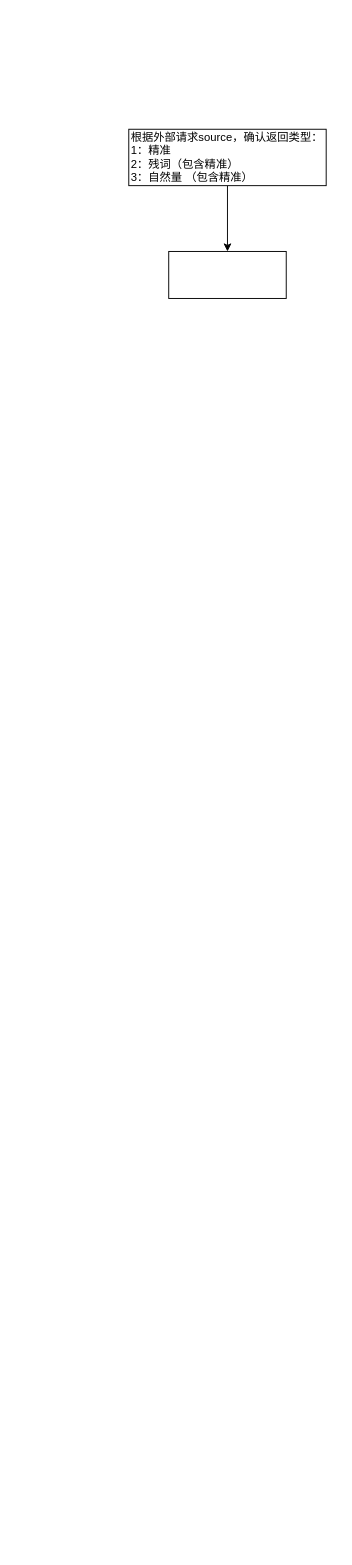
ETHAN0430/draw.io.repo keeps this draw.io diagram as 外部搜索通用接口.drawio. Above is the earlier version. Source tidied: cells renumbered, new cells numbered last; positions are measured from the earlier drawing's top-left corner, leaving out a move shared by most shapes. Both pictures are drawn from the tidied source at 94%, with x=0, y=0 at pixel (128, 129).
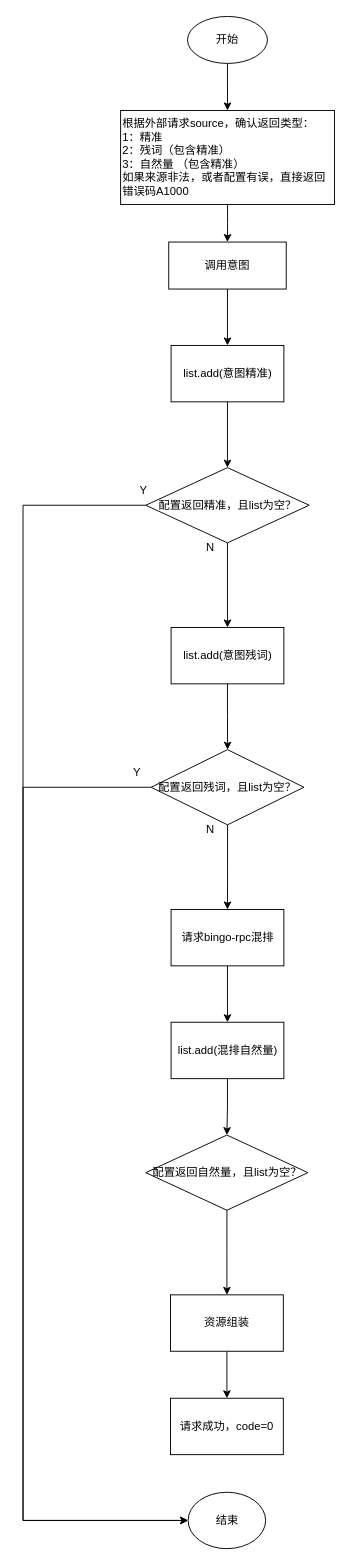
After the change.

Commit message (it also covers changes not shown here):
更新外部搜索通用接口.drawio

What changed in the source:
```diff
@@
-    <mxCell id="3" value="根据外部请求source，确认返回类型：&lt;div&gt;1：精准&lt;br&gt;2：残词（包含精准）&lt;br&gt;3：自然量 （包含精准）&lt;/div&gt;" style="whiteSpace=wrap;html=1;align=left;" parent="1" vertex="1">
-      <mxGeometry x="0.5" width="210" height="60" as="geometry" />
+    <mxCell id="3" value="根据外部请求source，确认返回类型：&lt;div&gt;1：精准&lt;br&gt;2：残词（包含精准）&lt;br&gt;3：自然量 （包含精准）&lt;br&gt;如果来源非法，或者配置有误，直接返回错误码A1000&lt;/div&gt;" style="whiteSpace=wrap;html=1;align=left;" parent="1" vertex="1">
+      <mxGeometry x="-8.2" y="-20" width="227.5" height="100" as="geometry" />
     </mxCell>
+    <mxCell id="5" style="edgeStyle=orthogonalEdgeStyle;rounded=0;jettySize=auto;html=1;" parent="1" edge="1" source="4" target="7">
+      <mxGeometry relative="1" as="geometry" />
+    </mxCell>
-    <mxCell id="4" style="whiteSpace=wrap;html=1;" parent="1" vertex="1">
-      <mxGeometry x="43" y="130" width="125" height="50" as="geometry" />
+    <mxCell id="4" value="调用意图" style="whiteSpace=wrap;html=1;" parent="1" vertex="1">
+      <mxGeometry x="43" y="120" width="125" height="50" as="geometry" />
     </mxCell>
+    <mxCell id="6" style="edgeStyle=orthogonalEdgeStyle;rounded=0;jettySize=auto;html=1;" parent="1" edge="1" source="7" target="10">
+      <mxGeometry relative="1" as="geometry" />
+    </mxCell>
+    <mxCell id="7" value="list.add(意图精准)" style="whiteSpace=wrap;html=1;" parent="1" vertex="1">
+      <mxGeometry x="45.5" y="230" width="120" height="60" as="geometry" />
+    </mxCell>
+    <mxCell id="8" style="edgeStyle=orthogonalEdgeStyle;rounded=0;jettySize=auto;html=1;" parent="1" edge="1" source="10" target="11">
+      <mxGeometry relative="1" as="geometry">
+        <Array as="points">
+          <mxPoint x="-112" y="400" />
+          <mxPoint x="-112" y="1480" />
+        </Array>
+      </mxGeometry>
+    </mxCell>
+    <mxCell id="9" style="edgeStyle=orthogonalEdgeStyle;rounded=0;jettySize=auto;html=1;" parent="1" edge="1" source="10" target="16">
+      <mxGeometry relative="1" as="geometry" />
+    </mxCell>
+    <mxCell id="10" value="配置返回精准，且list为空？" style="rhombus;whiteSpace=wrap;html=1;" parent="1" vertex="1">
+      <mxGeometry x="18.6" y="360" width="173.8" height="80" as="geometry" />
+    </mxCell>
+    <mxCell id="11" value="结束" style="ellipse;whiteSpace=wrap;html=1;" parent="1" vertex="1">
+      <mxGeometry x="63.6" y="1450" width="82.5" height="60" as="geometry" />
+    </mxCell>
+    <mxCell id="12" style="edgeStyle=orthogonalEdgeStyle;rounded=0;jettySize=auto;html=1;entryX=0.5;entryY=0;entryDx=0;entryDy=0;" parent="1" edge="1" source="13" target="3">
+      <mxGeometry relative="1" as="geometry" />
+    </mxCell>
+    <mxCell id="13" value="开始" style="ellipse;whiteSpace=wrap;html=1;" parent="1" vertex="1">
+      <mxGeometry x="63" y="-120" width="85" height="50" as="geometry" />
+    </mxCell>
+    <mxCell id="14" value="Y" style="text;html=1;align=center;verticalAlign=middle;strokeColor=none;fillColor=none;" parent="1" vertex="1">
+      <mxGeometry x="0.5" y="370" width="30" height="30" as="geometry" />
+    </mxCell>
+    <mxCell id="15" style="edgeStyle=orthogonalEdgeStyle;rounded=0;jettySize=auto;html=1;" parent="1" edge="1" source="16" target="19">
+      <mxGeometry relative="1" as="geometry" />
+    </mxCell>
+    <mxCell id="16" value="list.add(意图残词)" style="whiteSpace=wrap;html=1;" parent="1" vertex="1">
+      <mxGeometry x="45.5" y="530" width="120" height="60" as="geometry" />
+    </mxCell>
+    <mxCell id="17" style="edgeStyle=orthogonalEdgeStyle;rounded=0;jettySize=auto;html=1;" parent="1" edge="1" source="19" target="21">
+      <mxGeometry relative="1" as="geometry" />
+    </mxCell>
+    <mxCell id="18" style="edgeStyle=orthogonalEdgeStyle;rounded=0;jettySize=auto;html=1;entryX=0;entryY=0.5;entryDx=0;entryDy=0;" parent="1" edge="1" source="19" target="11">
+      <mxGeometry relative="1" as="geometry">
+        <Array as="points">
+          <mxPoint x="-112" y="700" />
+          <mxPoint x="-112" y="1480" />
+        </Array>
+      </mxGeometry>
+    </mxCell>
+    <mxCell id="19" value="配置返回残词，且list为空？" style="rhombus;whiteSpace=wrap;html=1;" parent="1" vertex="1">
+      <mxGeometry x="24.3" y="660" width="162.5" height="80" as="geometry" />
+    </mxCell>
+    <mxCell id="20" style="edgeStyle=orthogonalEdgeStyle;rounded=0;jettySize=auto;html=1;" parent="1" edge="1" source="21" target="26">
+      <mxGeometry relative="1" as="geometry" />
+    </mxCell>
+    <mxCell id="21" value="请求bingo-rpc混排" style="whiteSpace=wrap;html=1;" parent="1" vertex="1">
+      <mxGeometry x="45.5" y="830" width="120" height="60" as="geometry" />
+    </mxCell>
+    <mxCell id="22" value="Y" style="text;html=1;align=center;verticalAlign=middle;strokeColor=none;fillColor=none;" parent="1" vertex="1">
+      <mxGeometry x="-5.7" y="670" width="30" height="30" as="geometry" />
+    </mxCell>
+    <mxCell id="23" value="N" style="text;html=1;align=center;verticalAlign=middle;strokeColor=none;fillColor=none;" parent="1" vertex="1">
+      <mxGeometry x="71.8" y="730" width="30" height="30" as="geometry" />
+    </mxCell>
+    <mxCell id="24" value="N" style="text;html=1;align=center;verticalAlign=middle;strokeColor=none;fillColor=none;" parent="1" vertex="1">
+      <mxGeometry x="71.8" y="430" width="30" height="30" as="geometry" />
+    </mxCell>
+    <mxCell id="25" style="edgeStyle=orthogonalEdgeStyle;rounded=0;jettySize=auto;html=1;" parent="1" edge="1" source="26" target="28">
+      <mxGeometry relative="1" as="geometry" />
+    </mxCell>
+    <mxCell id="26" value="list.add(混排自然量)" style="whiteSpace=wrap;html=1;" parent="1" vertex="1">
+      <mxGeometry x="45.5" y="950" width="120" height="60" as="geometry" />
+    </mxCell>
+    <mxCell id="27" style="edgeStyle=orthogonalEdgeStyle;rounded=0;jettySize=auto;html=1;" parent="1" edge="1" source="28" target="30">
+      <mxGeometry relative="1" as="geometry" />
+    </mxCell>
+    <mxCell id="28" value="配置返回自然量，且list为空？" style="rhombus;whiteSpace=wrap;html=1;" parent="1" vertex="1">
+      <mxGeometry x="18.6" y="1070" width="172.5" height="80" as="geometry" />
+    </mxCell>
+    <mxCell id="29" style="edgeStyle=orthogonalEdgeStyle;rounded=0;jettySize=auto;html=1;" parent="1" edge="1" source="30" target="31">
+      <mxGeometry relative="1" as="geometry" />
+    </mxCell>
+    <mxCell id="30" value="资源组装" style="whiteSpace=wrap;html=1;" parent="1" vertex="1">
+      <mxGeometry x="44.9" y="1240" width="120" height="60" as="geometry" />
+    </mxCell>
+    <mxCell id="31" value="请求成功，code=0" style="whiteSpace=wrap;html=1;" parent="1" vertex="1">
+      <mxGeometry x="44.9" y="1350" width="120" height="60" as="geometry" />
+    </mxCell>
```
